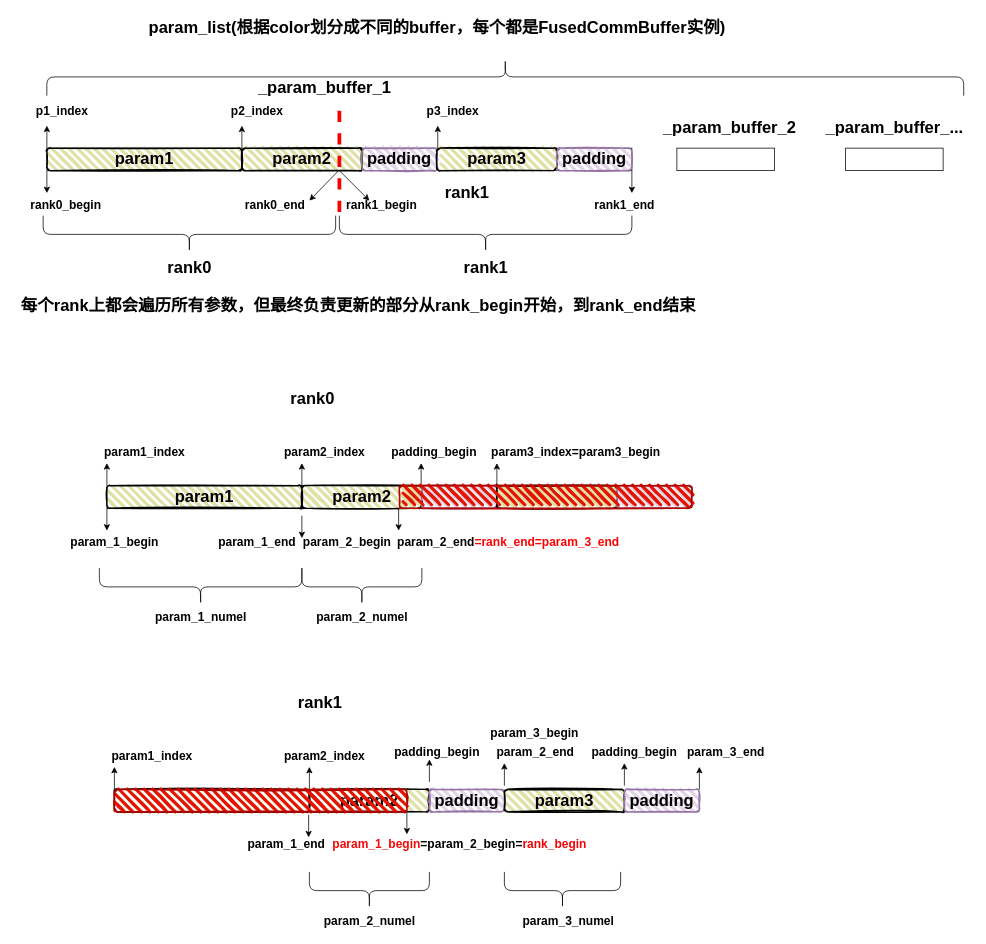
This is drawio_images/sharding_param_grad_view.drawio from zty-king/zty-king, a draw.io file, before an edit. Source tidied: cells renumbered, new cells numbered last; positions are measured from the earlier drawing's top-left corner, leaving out a move shared by most shapes. Both pictures are drawn from the tidied source at 75%, with x=0, y=0 at pixel (13, -382).
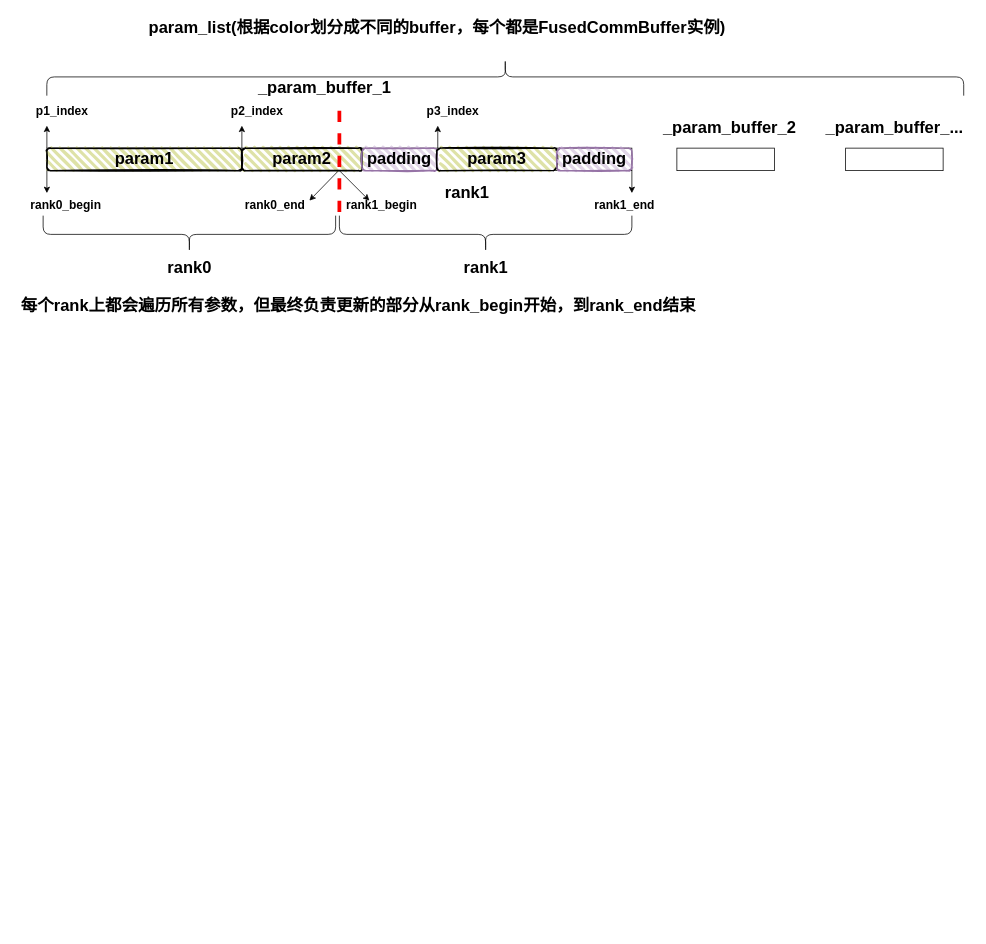
The same page after the edit.

Change to the diagram source:
```diff
@@
-    <mxCell id="36" value="&lt;font style=&quot;font-size: 22px;&quot;&gt;&lt;b&gt;rank0&lt;/b&gt;&lt;/font&gt;" style="text;html=1;align=center;verticalAlign=middle;strokeColor=none;fillColor=none;" parent="1" vertex="1">
-      <mxGeometry x="359" y="1021" width="80" height="40" as="geometry" />
-    </mxCell>
-    <mxCell id="37" value="&lt;font style=&quot;font-size: 22px;&quot;&gt;&lt;b&gt;param1&lt;/b&gt;&lt;/font&gt;" style="rounded=1;whiteSpace=wrap;html=1;strokeWidth=2;fillWeight=4;hachureGap=8;hachureAngle=45;fillColor=#DEE2A7;sketch=1;" parent="1" vertex="1">
-      <mxGeometry x="125" y="1156" width="260" height="30" as="geometry" />
-    </mxCell>
-    <mxCell id="38" style="endArrow=classic;html=1;rounded=0;exitX=0;exitY=1;exitDx=0;exitDy=0;" parent="1" edge="1">
-      <mxGeometry relative="1" as="geometry">
-        <mxPoint x="125" y="1186" as="sourcePoint" />
-        <mxPoint x="125" y="1216" as="targetPoint" />
-      </mxGeometry>
-    </mxCell>
-    <mxCell id="39" value="&lt;font style=&quot;font-size: 16px;&quot;&gt;&lt;b style=&quot;&quot;&gt;param_1_begin&lt;/b&gt;&lt;/font&gt;" style="text;html=1;align=center;verticalAlign=middle;strokeColor=none;fillColor=none;" parent="1" vertex="1">
-      <mxGeometry x="65" y="1216" width="140" height="30" as="geometry" />
-    </mxCell>
-    <mxCell id="40" style="endArrow=classic;html=1;rounded=0;exitX=0;exitY=1;exitDx=0;exitDy=0;" parent="1" edge="1">
-      <mxGeometry relative="1" as="geometry">
-        <mxPoint x="385" y="1196" as="sourcePoint" />
-        <mxPoint x="385" y="1226" as="targetPoint" />
-      </mxGeometry>
-    </mxCell>
-    <mxCell id="41" value="&lt;font style=&quot;font-size: 16px;&quot;&gt;&lt;b style=&quot;&quot;&gt;param_1_end&lt;/b&gt;&lt;/font&gt;" style="text;html=1;align=center;verticalAlign=middle;strokeColor=none;fillColor=none;" parent="1" vertex="1">
-      <mxGeometry x="260" y="1216" width="130" height="30" as="geometry" />
-    </mxCell>
-    <mxCell id="42" style="endArrow=classic;html=1;rounded=0;exitX=0;exitY=0;exitDx=0;exitDy=0;" parent="1" edge="1">
-      <mxGeometry relative="1" as="geometry">
-        <mxPoint x="385" y="1156" as="sourcePoint" />
-        <mxPoint x="385" y="1126" as="targetPoint" />
-      </mxGeometry>
-    </mxCell>
-    <mxCell id="43" value="&lt;font style=&quot;font-size: 16px;&quot;&gt;&lt;b style=&quot;&quot;&gt;param2_index&lt;/b&gt;&lt;/font&gt;" style="text;html=1;align=center;verticalAlign=middle;strokeColor=none;fillColor=none;" parent="1" vertex="1">
-      <mxGeometry x="350" y="1096" width="130" height="30" as="geometry" />
-    </mxCell>
-    <mxCell id="44" value="&lt;font style=&quot;font-size: 22px;&quot;&gt;&lt;b&gt;param2&lt;/b&gt;&lt;/font&gt;" style="rounded=1;whiteSpace=wrap;html=1;strokeWidth=2;fillWeight=4;hachureGap=8;hachureAngle=45;fillColor=#DEE2A7;sketch=1;" parent="1" vertex="1">
-      <mxGeometry x="385" y="1156" width="160" height="30" as="geometry" />
-    </mxCell>
-    <mxCell id="45" style="shape=curlyBracket;whiteSpace=wrap;html=1;rounded=1;labelPosition=left;verticalLabelPosition=middle;align=right;verticalAlign=middle;rotation=-90;" parent="1" vertex="1">
-      <mxGeometry x="225" y="1156" width="50" height="270" as="geometry" />
-    </mxCell>
-    <mxCell id="46" value="&lt;font style=&quot;font-size: 16px;&quot;&gt;&lt;b style=&quot;&quot;&gt;param_1_numel&lt;/b&gt;&lt;/font&gt;" style="text;html=1;align=center;verticalAlign=middle;strokeColor=none;fillColor=none;" parent="1" vertex="1">
-      <mxGeometry x="175" y="1316" width="150" height="30" as="geometry" />
-    </mxCell>
-    <mxCell id="47" style="shape=curlyBracket;whiteSpace=wrap;html=1;rounded=1;labelPosition=left;verticalLabelPosition=middle;align=right;verticalAlign=middle;rotation=-90;" parent="1" vertex="1">
-      <mxGeometry x="440" y="1211" width="50" height="160" as="geometry" />
-    </mxCell>
-    <mxCell id="48" value="&lt;font style=&quot;font-size: 16px;&quot;&gt;&lt;b style=&quot;&quot;&gt;param_2_numel&lt;/b&gt;&lt;/font&gt;" style="text;html=1;align=center;verticalAlign=middle;strokeColor=none;fillColor=none;" parent="1" vertex="1">
-      <mxGeometry x="390" y="1316" width="150" height="30" as="geometry" />
-    </mxCell>
-    <mxCell id="49" value="&lt;font style=&quot;font-size: 16px;&quot;&gt;&lt;b style=&quot;&quot;&gt;param_2_begin&lt;/b&gt;&lt;/font&gt;" style="text;html=1;align=center;verticalAlign=middle;strokeColor=none;fillColor=none;" parent="1" vertex="1">
-      <mxGeometry x="375" y="1216" width="140" height="30" as="geometry" />
-    </mxCell>
-    <mxCell id="50" style="endArrow=classic;html=1;rounded=0;exitX=0;exitY=1;exitDx=0;exitDy=0;" parent="1" edge="1">
-      <mxGeometry relative="1" as="geometry">
-        <mxPoint x="514" y="1186" as="sourcePoint" />
-        <mxPoint x="514" y="1216" as="targetPoint" />
-      </mxGeometry>
-    </mxCell>
-    <mxCell id="51" value="&lt;font style=&quot;font-size: 16px;&quot;&gt;&lt;b style=&quot;&quot;&gt;param_2_end&lt;font style=&quot;color: light-dark(rgb(255, 0, 0), rgb(237, 237, 237));&quot;&gt;=rank_end=param_3_end&lt;/font&gt;&lt;/b&gt;&lt;/font&gt;" style="text;html=1;align=center;verticalAlign=middle;strokeColor=none;fillColor=none;" parent="1" vertex="1">
-      <mxGeometry x="500" y="1216" width="320" height="30" as="geometry" />
-    </mxCell>
-    <mxCell id="52" style="endArrow=classic;html=1;rounded=0;exitX=0;exitY=0;exitDx=0;exitDy=0;" parent="1" edge="1">
-      <mxGeometry relative="1" as="geometry">
-        <mxPoint x="125" y="1156" as="sourcePoint" />
-        <mxPoint x="125" y="1126" as="targetPoint" />
-      </mxGeometry>
-    </mxCell>
-    <mxCell id="53" value="&lt;font style=&quot;font-size: 16px;&quot;&gt;&lt;b style=&quot;&quot;&gt;param1_index&lt;/b&gt;&lt;/font&gt;" style="text;html=1;align=center;verticalAlign=middle;strokeColor=none;fillColor=none;" parent="1" vertex="1">
-      <mxGeometry x="110" y="1096" width="130" height="30" as="geometry" />
-    </mxCell>
-    <mxCell id="54" style="endArrow=classic;html=1;rounded=0;exitX=0;exitY=0;exitDx=0;exitDy=0;" parent="1" edge="1">
-      <mxGeometry relative="1" as="geometry">
-        <mxPoint x="544" y="1156" as="sourcePoint" />
-        <mxPoint x="544" y="1126" as="targetPoint" />
-      </mxGeometry>
-    </mxCell>
-    <mxCell id="55" value="&lt;font style=&quot;font-size: 16px;&quot;&gt;&lt;b style=&quot;&quot;&gt;padding_begin&lt;/b&gt;&lt;/font&gt;" style="text;html=1;align=center;verticalAlign=middle;strokeColor=none;fillColor=none;" parent="1" vertex="1">
-      <mxGeometry x="491.2" y="1096" width="140" height="30" as="geometry" />
-    </mxCell>
-    <mxCell id="56" value="&lt;font style=&quot;font-size: 22px;&quot;&gt;&lt;b&gt;rank1&lt;/b&gt;&lt;/font&gt;" style="text;html=1;align=center;verticalAlign=middle;strokeColor=none;fillColor=none;" parent="1" vertex="1">
-      <mxGeometry x="369" y="1426" width="80" height="40" as="geometry" />
-    </mxCell>
-    <mxCell id="57" style="rounded=1;whiteSpace=wrap;html=1;strokeWidth=2;fillWeight=4;hachureGap=8;hachureAngle=45;fillColor=#DEE2A7;sketch=1;" parent="1" vertex="1">
-      <mxGeometry x="135" y="1561" width="260" height="30" as="geometry" />
-    </mxCell>
-    <mxCell id="58" style="endArrow=classic;html=1;rounded=0;exitX=0;exitY=1;exitDx=0;exitDy=0;" parent="1" edge="1">
-      <mxGeometry relative="1" as="geometry">
-        <mxPoint x="525" y="1591" as="sourcePoint" />
-        <mxPoint x="525" y="1621" as="targetPoint" />
-      </mxGeometry>
-    </mxCell>
-    <mxCell id="59" value="&lt;font style=&quot;font-size: 16px;&quot;&gt;&lt;b style=&quot;&quot;&gt;param_1_end&lt;/b&gt;&lt;/font&gt;" style="text;html=1;align=center;verticalAlign=middle;strokeColor=none;fillColor=none;" parent="1" vertex="1">
-      <mxGeometry x="299" y="1618.5" width="130" height="30" as="geometry" />
-    </mxCell>
-    <mxCell id="60" style="endArrow=classic;html=1;rounded=0;exitX=0;exitY=0;exitDx=0;exitDy=0;" parent="1" edge="1">
-      <mxGeometry relative="1" as="geometry">
-        <mxPoint x="395" y="1561" as="sourcePoint" />
-        <mxPoint x="395" y="1531" as="targetPoint" />
-      </mxGeometry>
-    </mxCell>
-    <mxCell id="61" value="&lt;font style=&quot;font-size: 16px;&quot;&gt;&lt;b style=&quot;&quot;&gt;param2_index&lt;/b&gt;&lt;/font&gt;" style="text;html=1;align=center;verticalAlign=middle;strokeColor=none;fillColor=none;" parent="1" vertex="1">
-      <mxGeometry x="350" y="1501" width="130" height="30" as="geometry" />
-    </mxCell>
-    <mxCell id="62" value="&lt;font style=&quot;font-size: 22px;&quot;&gt;&lt;b&gt;param2&lt;/b&gt;&lt;/font&gt;" style="rounded=1;whiteSpace=wrap;html=1;strokeWidth=2;fillWeight=4;hachureGap=8;hachureAngle=45;fillColor=#DEE2A7;sketch=1;" parent="1" vertex="1">
-      <mxGeometry x="395" y="1561" width="160" height="30" as="geometry" />
-    </mxCell>
-    <mxCell id="63" style="rounded=1;whiteSpace=wrap;html=1;strokeWidth=2;fillWeight=4;hachureGap=8;hachureAngle=45;fillColor=#e51400;sketch=1;strokeColor=#B20000;fontColor=#ffffff;" parent="1" vertex="1">
-      <mxGeometry x="135" y="1561" width="390" height="30" as="geometry" />
-    </mxCell>
-    <mxCell id="64" style="shape=curlyBracket;whiteSpace=wrap;html=1;rounded=1;labelPosition=left;verticalLabelPosition=middle;align=right;verticalAlign=middle;rotation=-90;" parent="1" vertex="1">
-      <mxGeometry x="707.5" y="1618.5" width="50" height="155" as="geometry" />
-    </mxCell>
-    <mxCell id="65" style="shape=curlyBracket;whiteSpace=wrap;html=1;rounded=1;labelPosition=left;verticalLabelPosition=middle;align=right;verticalAlign=middle;rotation=-90;" parent="1" vertex="1">
-      <mxGeometry x="450" y="1616" width="50" height="160" as="geometry" />
-    </mxCell>
-    <mxCell id="66" value="&lt;font style=&quot;font-size: 16px;&quot;&gt;&lt;b style=&quot;&quot;&gt;param_2_numel&lt;/b&gt;&lt;/font&gt;" style="text;html=1;align=center;verticalAlign=middle;strokeColor=none;fillColor=none;" parent="1" vertex="1">
-      <mxGeometry x="400" y="1721" width="150" height="30" as="geometry" />
-    </mxCell>
-    <mxCell id="67" value="&lt;font style=&quot;font-size: 16px;&quot;&gt;&lt;b style=&quot;&quot;&gt;&lt;font style=&quot;color: light-dark(rgb(247, 8, 8), rgb(237, 237, 237));&quot;&gt;param_1_begin&lt;/font&gt;=param_2_begin=&lt;font style=&quot;color: light-dark(rgb(246, 4, 4), rgb(237, 237, 237));&quot;&gt;rank_begin&lt;/font&gt;&lt;/b&gt;&lt;/font&gt;" style="text;html=1;align=center;verticalAlign=middle;strokeColor=none;fillColor=none;" parent="1" vertex="1">
-      <mxGeometry x="415" y="1618.5" width="360" height="30" as="geometry" />
-    </mxCell>
-    <mxCell id="68" value="&lt;font style=&quot;font-size: 16px;&quot;&gt;&lt;b style=&quot;&quot;&gt;param_3_begin&lt;/b&gt;&lt;/font&gt;" style="text;html=1;align=center;verticalAlign=middle;strokeColor=none;fillColor=none;" parent="1" vertex="1">
-      <mxGeometry x="625" y="1471" width="140" height="30" as="geometry" />
-    </mxCell>
-    <mxCell id="69" style="endArrow=classic;html=1;rounded=0;exitX=0;exitY=0;exitDx=0;exitDy=0;" parent="1" edge="1">
-      <mxGeometry relative="1" as="geometry">
-        <mxPoint x="135" y="1561" as="sourcePoint" />
-        <mxPoint x="135" y="1531" as="targetPoint" />
-      </mxGeometry>
-    </mxCell>
-    <mxCell id="70" value="&lt;font style=&quot;font-size: 16px;&quot;&gt;&lt;b style=&quot;&quot;&gt;param1_index&lt;/b&gt;&lt;/font&gt;" style="text;html=1;align=center;verticalAlign=middle;strokeColor=none;fillColor=none;" parent="1" vertex="1">
-      <mxGeometry x="120" y="1501" width="130" height="30" as="geometry" />
-    </mxCell>
-    <mxCell id="71" style="endArrow=classic;html=1;rounded=0;exitX=0;exitY=0;exitDx=0;exitDy=0;" parent="1" edge="1">
-      <mxGeometry relative="1" as="geometry">
-        <mxPoint x="555" y="1551" as="sourcePoint" />
-        <mxPoint x="555" y="1521" as="targetPoint" />
-      </mxGeometry>
-    </mxCell>
-    <mxCell id="72" value="&lt;font style=&quot;font-size: 16px;&quot;&gt;&lt;b style=&quot;&quot;&gt;padding_begin&lt;/b&gt;&lt;/font&gt;" style="text;html=1;align=center;verticalAlign=middle;strokeColor=none;fillColor=none;" parent="1" vertex="1">
-      <mxGeometry x="757.5" y="1496" width="140" height="30" as="geometry" />
-    </mxCell>
-    <mxCell id="73" style="rounded=1;whiteSpace=wrap;html=1;strokeWidth=2;fillWeight=4;hachureGap=8;hachureAngle=45;fillColor=#e1d5e7;sketch=1;strokeColor=#9673a6;" parent="1" vertex="1">
-      <mxGeometry x="545" y="1156" width="100" height="30" as="geometry" />
-    </mxCell>
-    <mxCell id="74" style="rounded=1;whiteSpace=wrap;html=1;strokeWidth=2;fillWeight=4;hachureGap=8;hachureAngle=45;fillColor=#DEE2A7;sketch=1;" parent="1" vertex="1">
-      <mxGeometry x="645" y="1156" width="160" height="30" as="geometry" />
-    </mxCell>
-    <mxCell id="75" style="rounded=1;whiteSpace=wrap;html=1;strokeWidth=2;fillWeight=4;hachureGap=8;hachureAngle=45;fillColor=#e1d5e7;sketch=1;strokeColor=#9673a6;" parent="1" vertex="1">
-      <mxGeometry x="805" y="1156" width="100" height="30" as="geometry" />
-    </mxCell>
-    <mxCell id="76" style="rounded=1;whiteSpace=wrap;html=1;strokeWidth=2;fillWeight=4;hachureGap=8;hachureAngle=45;fillColor=#e51400;sketch=1;strokeColor=#B20000;fontColor=#ffffff;" parent="1" vertex="1">
-      <mxGeometry x="515" y="1156" width="390" height="30" as="geometry" />
-    </mxCell>
-    <mxCell id="77" style="endArrow=classic;html=1;rounded=0;exitX=0;exitY=0;exitDx=0;exitDy=0;" parent="1" edge="1">
-      <mxGeometry relative="1" as="geometry">
-        <mxPoint x="645" y="1156" as="sourcePoint" />
-        <mxPoint x="645" y="1126" as="targetPoint" />
-      </mxGeometry>
-    </mxCell>
-    <mxCell id="78" value="&lt;font style=&quot;font-size: 16px;&quot;&gt;&lt;b style=&quot;&quot;&gt;param3_index=param3_begin&lt;/b&gt;&lt;/font&gt;" style="text;html=1;align=center;verticalAlign=middle;strokeColor=none;fillColor=none;" parent="1" vertex="1">
-      <mxGeometry x="625" y="1096" width="250" height="30" as="geometry" />
-    </mxCell>
-    <mxCell id="79" value="&lt;font style=&quot;font-size: 22px;&quot;&gt;&lt;b&gt;padding&lt;/b&gt;&lt;/font&gt;" style="rounded=1;whiteSpace=wrap;html=1;strokeWidth=2;fillWeight=4;hachureGap=8;hachureAngle=45;fillColor=#e1d5e7;sketch=1;strokeColor=#9673a6;" parent="1" vertex="1">
-      <mxGeometry x="555" y="1561" width="100" height="30" as="geometry" />
-    </mxCell>
-    <mxCell id="80" value="&lt;font style=&quot;font-size: 22px;&quot;&gt;&lt;b&gt;param3&lt;/b&gt;&lt;/font&gt;" style="rounded=1;whiteSpace=wrap;html=1;strokeWidth=2;fillWeight=4;hachureGap=8;hachureAngle=45;fillColor=#DEE2A7;sketch=1;" parent="1" vertex="1">
-      <mxGeometry x="655" y="1561" width="160" height="30" as="geometry" />
-    </mxCell>
-    <mxCell id="81" value="&lt;font style=&quot;font-size: 22px;&quot;&gt;&lt;b&gt;padding&lt;/b&gt;&lt;/font&gt;" style="rounded=1;whiteSpace=wrap;html=1;strokeWidth=2;fillWeight=4;hachureGap=8;hachureAngle=45;fillColor=#e1d5e7;sketch=1;strokeColor=#9673a6;" parent="1" vertex="1">
-      <mxGeometry x="815" y="1561" width="100" height="30" as="geometry" />
-    </mxCell>
-    <mxCell id="82" value="&lt;font style=&quot;font-size: 16px;&quot;&gt;&lt;b style=&quot;&quot;&gt;param_3_numel&lt;/b&gt;&lt;/font&gt;" style="text;html=1;align=center;verticalAlign=middle;strokeColor=none;fillColor=none;" parent="1" vertex="1">
-      <mxGeometry x="665" y="1721" width="150" height="30" as="geometry" />
-    </mxCell>
-    <mxCell id="83" style="endArrow=classic;html=1;rounded=0;exitX=0;exitY=1;exitDx=0;exitDy=0;" parent="1" edge="1">
-      <mxGeometry relative="1" as="geometry">
-        <mxPoint x="394" y="1595" as="sourcePoint" />
-        <mxPoint x="394" y="1625" as="targetPoint" />
-      </mxGeometry>
-    </mxCell>
-    <mxCell id="84" style="endArrow=classic;html=1;rounded=0;exitX=0;exitY=0;exitDx=0;exitDy=0;" parent="1" edge="1">
-      <mxGeometry relative="1" as="geometry">
-        <mxPoint x="815" y="1556" as="sourcePoint" />
-        <mxPoint x="815" y="1526" as="targetPoint" />
-      </mxGeometry>
-    </mxCell>
-    <mxCell id="85" value="&lt;font style=&quot;font-size: 16px;&quot;&gt;&lt;b style=&quot;&quot;&gt;param_2_end&lt;/b&gt;&lt;/font&gt;" style="text;html=1;align=center;verticalAlign=middle;strokeColor=none;fillColor=none;" parent="1" vertex="1">
-      <mxGeometry x="631.2" y="1496" width="130" height="30" as="geometry" />
-    </mxCell>
-    <mxCell id="86" style="endArrow=classic;html=1;rounded=0;exitX=0;exitY=0;exitDx=0;exitDy=0;" parent="1" edge="1">
-      <mxGeometry relative="1" as="geometry">
-        <mxPoint x="655" y="1556" as="sourcePoint" />
-        <mxPoint x="655" y="1526" as="targetPoint" />
-      </mxGeometry>
-    </mxCell>
-    <mxCell id="87" value="&lt;font style=&quot;font-size: 16px;&quot;&gt;&lt;b style=&quot;&quot;&gt;padding_begin&lt;/b&gt;&lt;/font&gt;" style="text;html=1;align=center;verticalAlign=middle;strokeColor=none;fillColor=none;" parent="1" vertex="1">
-      <mxGeometry x="495" y="1496" width="140" height="30" as="geometry" />
-    </mxCell>
-    <mxCell id="88" style="endArrow=classic;html=1;rounded=0;exitX=0;exitY=0;exitDx=0;exitDy=0;" parent="1" edge="1">
-      <mxGeometry relative="1" as="geometry">
-        <mxPoint x="915" y="1561" as="sourcePoint" />
-        <mxPoint x="915" y="1531" as="targetPoint" />
-      </mxGeometry>
-    </mxCell>
-    <mxCell id="89" value="&lt;font style=&quot;font-size: 16px;&quot;&gt;&lt;b style=&quot;&quot;&gt;param_3_end&lt;/b&gt;&lt;/font&gt;" style="text;html=1;align=center;verticalAlign=middle;strokeColor=none;fillColor=none;" parent="1" vertex="1">
-      <mxGeometry x="885" y="1496" width="130" height="30" as="geometry" />
-    </mxCell>
```
